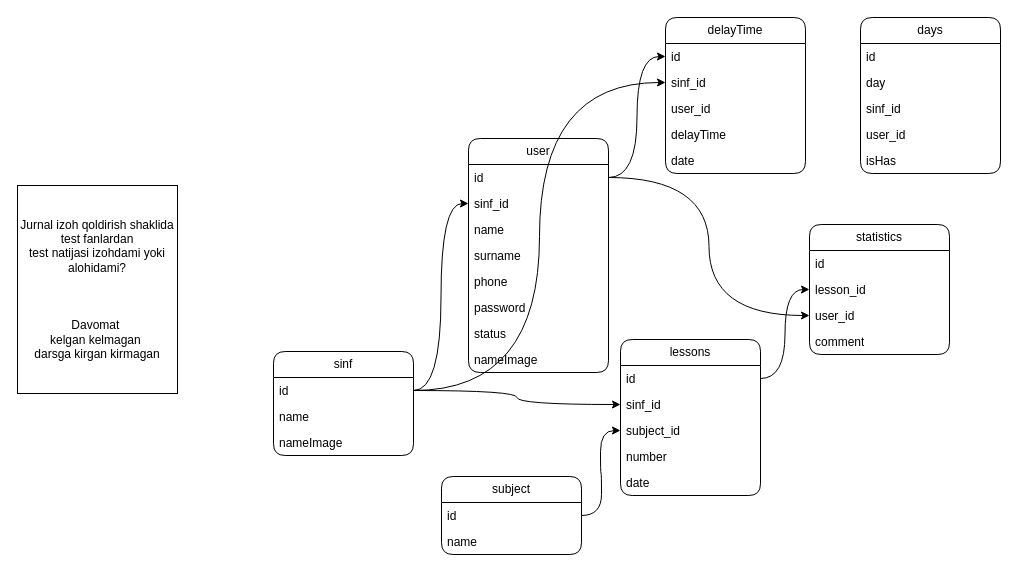
MardonAslonov/DrawIo keeps this draw.io diagram as Ixlos.drawio. Above is the earlier version. Source tidied: cells renumbered, new cells numbered last; positions are measured from the earlier drawing's top-left corner, leaving out a move shared by most shapes. Both pictures are drawn from the tidied source at 100%, with x=0, y=0 at pixel (17, 17).
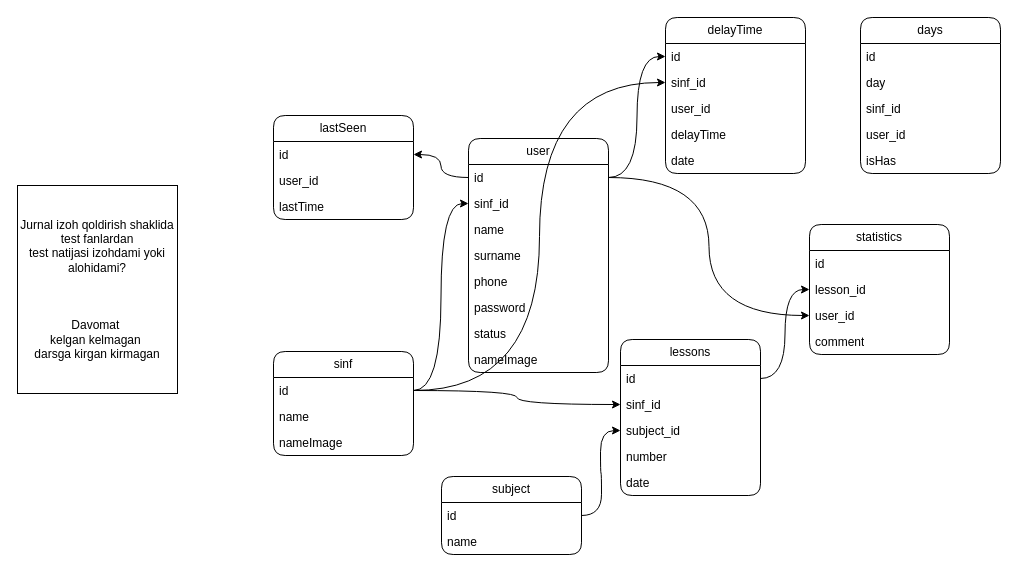
The same diagram, later.

Unchanged cells that the change refers to:
```xml
<mxCell id="3" value="id" style="text;strokeColor=none;fillColor=none;align=left;verticalAlign=top;spacingLeft=4;spacingRight=4;overflow=hidden;points=[[0,0.5],[1,0.5]];portConstraint=eastwest;whiteSpace=wrap;html=1;" parent="2" vertex="1">
  <mxGeometry y="26" width="140" height="26" as="geometry" />
</mxCell>
```

What changed in the source:
```diff
@@
+    <mxCell id="49" value="lastSeen" style="swimlane;fontStyle=0;horizontal=1;startSize=26;fillColor=none;whiteSpace=wrap;html=1;rounded=1;" parent="1" vertex="1">
+      <mxGeometry x="256" y="98" width="140" height="104" as="geometry" />
+    </mxCell>
+    <mxCell id="50" value="id" style="text;strokeColor=none;fillColor=none;align=left;verticalAlign=top;spacingLeft=4;spacingRight=4;overflow=hidden;points=[[0,0.5],[1,0.5]];portConstraint=eastwest;whiteSpace=wrap;html=1;" parent="49" vertex="1">
+      <mxGeometry y="26" width="140" height="26" as="geometry" />
+    </mxCell>
+    <mxCell id="51" value="user_id" style="text;strokeColor=none;fillColor=none;align=left;verticalAlign=top;spacingLeft=4;spacingRight=4;overflow=hidden;whiteSpace=wrap;html=1;" parent="49" vertex="1">
+      <mxGeometry y="52" width="140" height="26" as="geometry" />
+    </mxCell>
+    <mxCell id="52" value="lastTime" style="text;strokeColor=none;fillColor=none;align=left;verticalAlign=top;spacingLeft=4;spacingRight=4;overflow=hidden;whiteSpace=wrap;html=1;" parent="49" vertex="1">
+      <mxGeometry y="78" width="140" height="26" as="geometry" />
+    </mxCell>
+    <mxCell id="53" style="edgeStyle=orthogonalEdgeStyle;rounded=0;jettySize=auto;html=1;entryX=1;entryY=0.5;entryDx=0;entryDy=0;curved=1;" parent="1" edge="1" source="3" target="50">
+      <mxGeometry relative="1" as="geometry" />
+    </mxCell>
```
